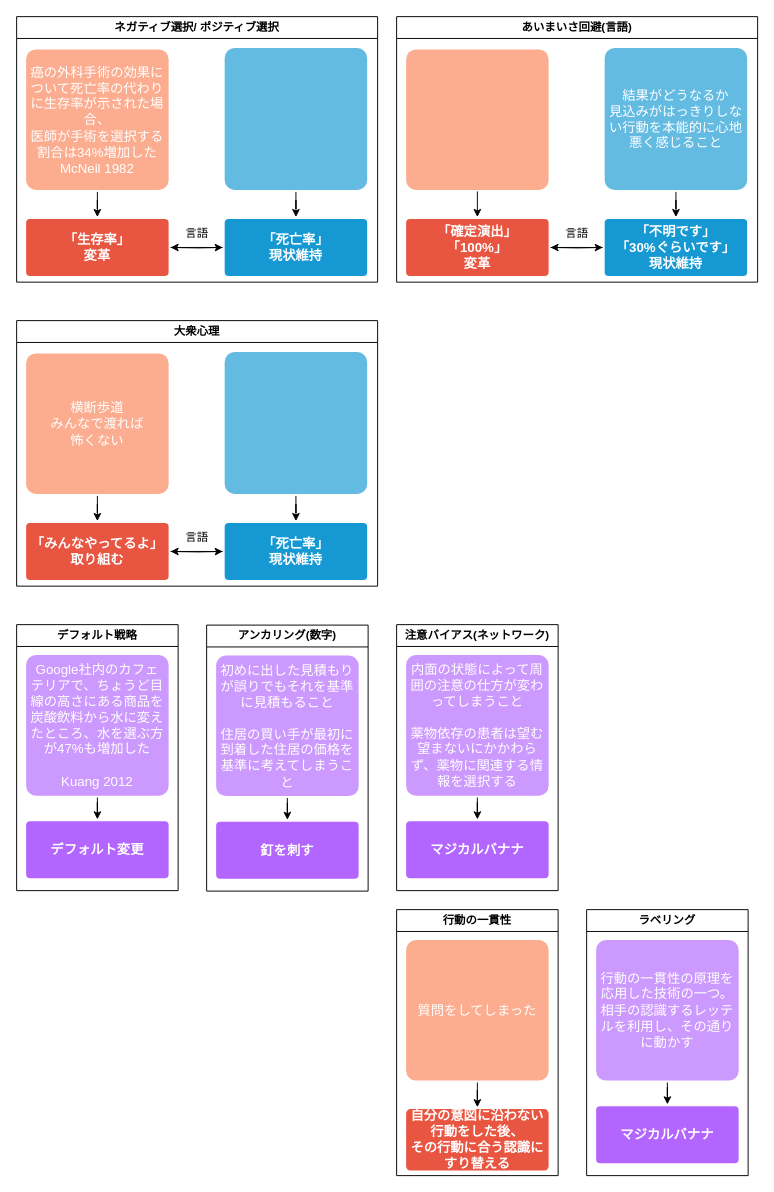
This is 0000common/parts.drawio from minegishirei/psy_drawio, a draw.io file, before an edit. Source tidied: cells renumbered, new cells numbered last; positions are measured from the earlier drawing's top-left corner, leaving out a move shared by most shapes. Both pictures are drawn from the tidied source at 95%, with x=0, y=0 at pixel (16, 16).
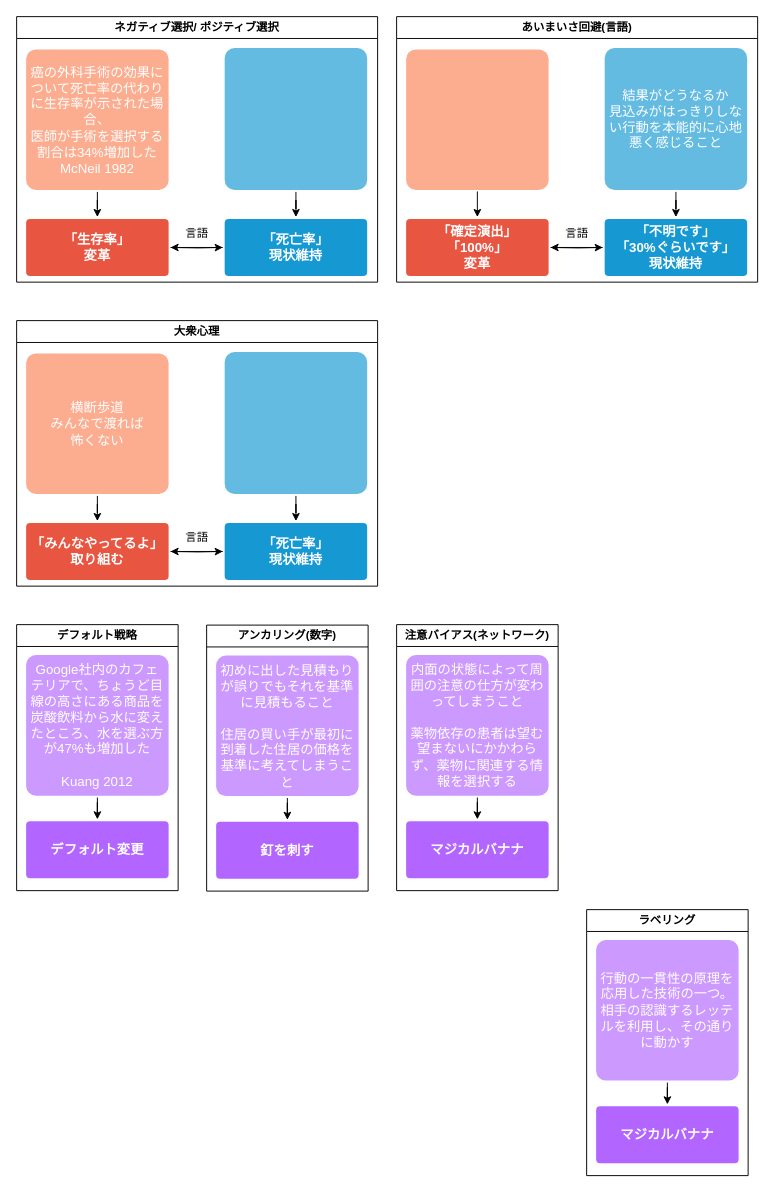
The same page after the edit.

What changed in the source:
```diff
@@
-    <mxCell id="44" value="行動の一貫性" style="swimlane;whiteSpace=wrap;html=1;" parent="1" vertex="1">
-      <mxGeometry x="400" y="940" width="170" height="280" as="geometry" />
-    </mxCell>
-    <mxCell id="45" style="edgeStyle=orthogonalEdgeStyle;rounded=0;jettySize=auto;html=1;entryX=0.5;entryY=0;entryDx=0;entryDy=0;" parent="44" edge="1" source="46" target="47">
-      <mxGeometry relative="1" as="geometry" />
-    </mxCell>
-    <mxCell id="46" value="質問をしてしまった" style="rounded=1;whiteSpace=wrap;html=1;shadow=0;labelBackgroundColor=none;strokeColor=none;strokeWidth=3;fillColor=#FCAD90;fontFamily=Helvetica;fontSize=14;fontColor=#FFFFFF;align=center;spacing=5;arcSize=7;perimeterSpacing=2;" parent="44" vertex="1">
-      <mxGeometry x="10" y="32" width="150" height="148" as="geometry" />
-    </mxCell>
-    <mxCell id="47" value="自分の意図に沿わない行動をした後、&lt;br style=&quot;border-color: var(--border-color);&quot;&gt;その行動に合う認識にすり替える" style="rounded=1;whiteSpace=wrap;html=1;shadow=0;labelBackgroundColor=none;strokeColor=none;strokeWidth=3;fillColor=#e85642;fontFamily=Helvetica;fontSize=14;fontColor=#FFFFFF;align=center;spacing=5;fontStyle=1;arcSize=7;perimeterSpacing=2;" parent="44" vertex="1">
-      <mxGeometry x="10" y="210" width="150" height="64.5" as="geometry" />
-    </mxCell>
```
